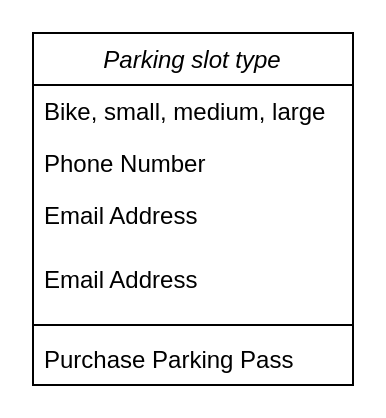
This is Parking lot.drawio from umashankara/draw.io, a draw.io file, before an edit. Source tidied: cells renumbered, new cells numbered last; positions are measured from the earlier drawing's top-left corner, leaving out a move shared by most shapes. Both pictures are drawn from the tidied source at 200%, with x=0, y=0 at pixel (32, 32).
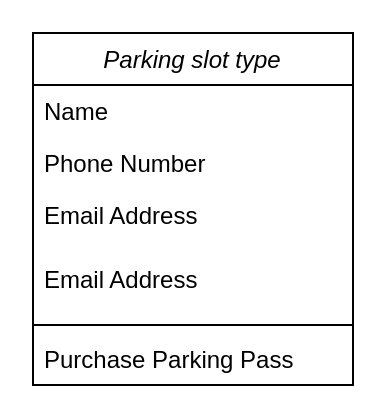
The same page after the edit.

Diff of the diagram source:
```diff
@@
 <mxGraphModel>
   <root>
     <mxCell id="0" />
     <mxCell id="1" parent="0" />
     <mxCell id="2" value="Parking slot type" style="swimlane;fontStyle=2;align=center;verticalAlign=top;horizontal=1;startSize=26;rounded=0;shadow=0;strokeWidth=1;" parent="1" vertex="1">
       <mxGeometry width="160" height="176" as="geometry" />
     </mxCell>
-    <mxCell id="3" value="Bike, small, medium, large" style="text;align=left;verticalAlign=top;spacingLeft=4;spacingRight=4;overflow=hidden;" parent="2" vertex="1">
+    <mxCell id="3" value="Name" style="text;align=left;verticalAlign=top;spacingLeft=4;spacingRight=4;overflow=hidden;" parent="2" vertex="1">
       <mxGeometry y="26" width="160" height="26" as="geometry" />
     </mxCell>
     <mxCell id="4" value="Phone Number" style="text;align=left;verticalAlign=top;spacingLeft=4;spacingRight=4;overflow=hidden;rounded=0;shadow=0;html=0;" parent="2" vertex="1">
       <mxGeometry y="52" width="160" height="26" as="geometry" />
     </mxCell>
     <mxCell id="5" value="Email Address" style="text;align=left;verticalAlign=top;spacingLeft=4;spacingRight=4;overflow=hidden;rounded=0;shadow=0;html=0;" parent="2" vertex="1">
       <mxGeometry y="78" width="160" height="32" as="geometry" />
     </mxCell>
     <mxCell id="6" value="Email Address" style="text;align=left;verticalAlign=top;spacingLeft=4;spacingRight=4;overflow=hidden;rounded=0;shadow=0;html=0;" parent="2" vertex="1">
       <mxGeometry y="110" width="160" height="32" as="geometry" />
     </mxCell>
     <mxCell id="7" style="line;html=1;strokeWidth=1;align=left;verticalAlign=middle;spacingTop=-1;spacingLeft=3;spacingRight=3;labelPosition=right;" parent="2" vertex="1">
       <mxGeometry y="142" width="160" height="8" as="geometry" />
     </mxCell>
     <mxCell id="8" value="Purchase Parking Pass" style="text;align=left;verticalAlign=top;spacingLeft=4;spacingRight=4;overflow=hidden;" parent="2" vertex="1">
       <mxGeometry y="150" width="160" height="26" as="geometry" />
     </mxCell>
   </root>
 </mxGraphModel>
```
